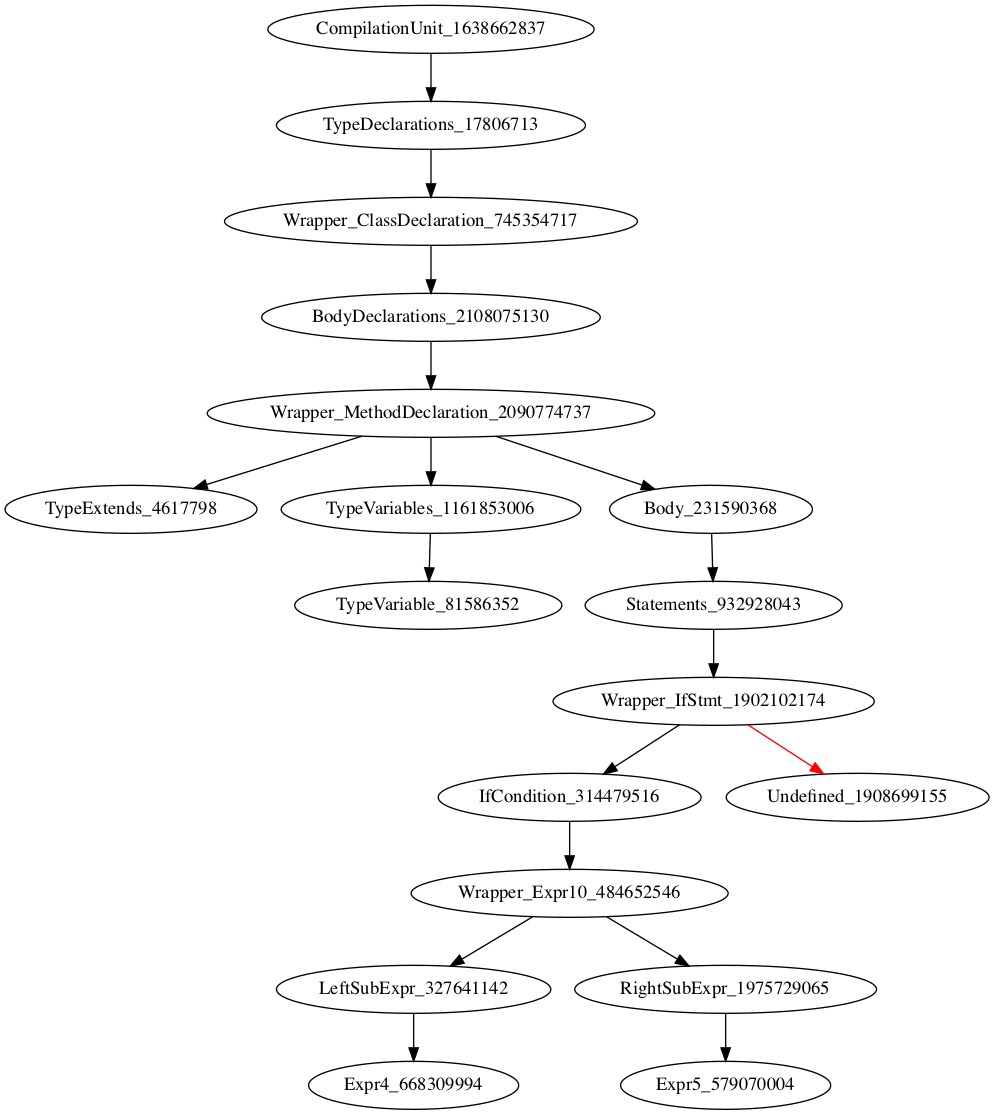
This is holeAST.png from icse2023material/VoiceJava, a Graphviz export, as it was before one commit. Its source is kept beside it as holeAST.dot.
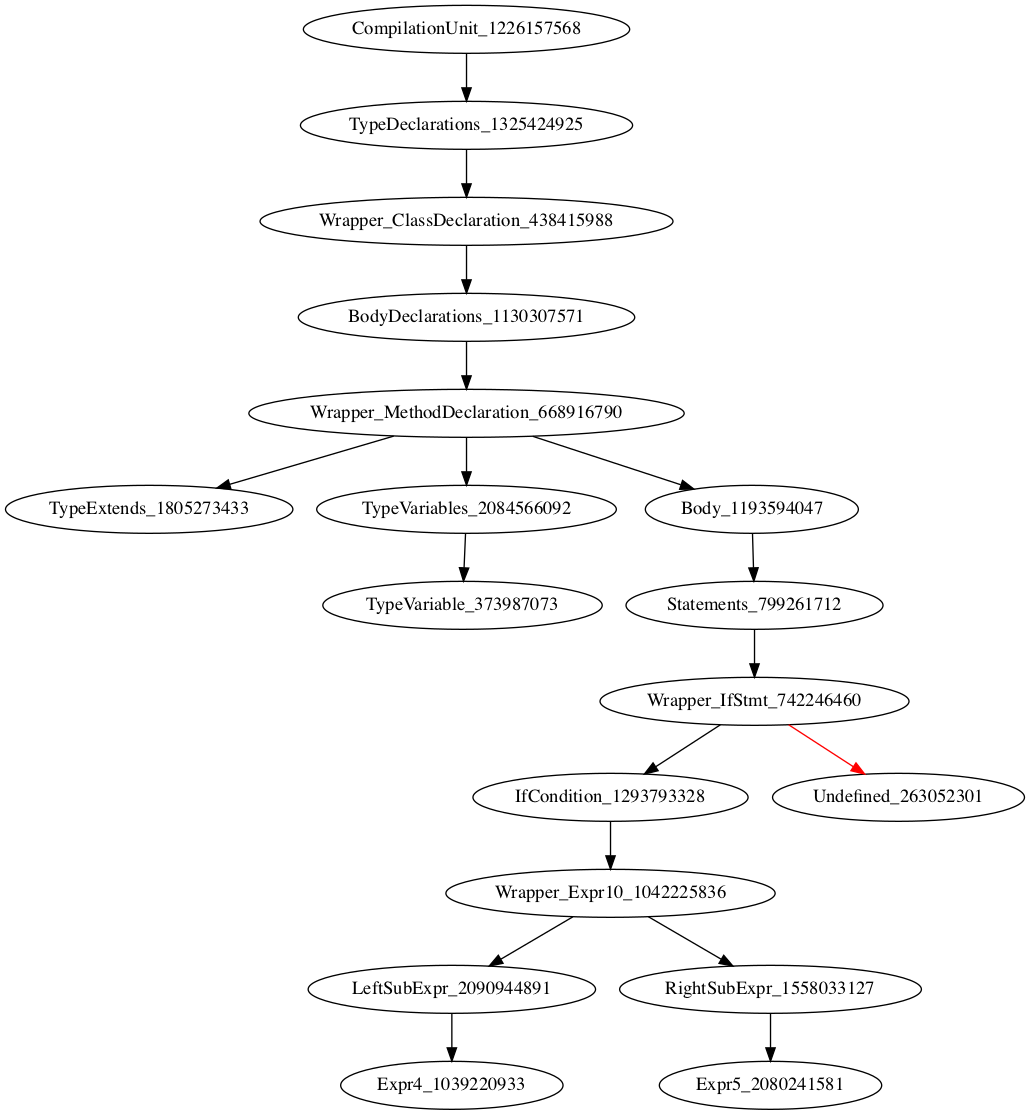
After the commit.

The edit, as a diff of the source:
```diff
@@ -1,19 +1,19 @@
 digraph {
-CompilationUnit_1638662837 -> TypeDeclarations_17806713
-TypeDeclarations_17806713 -> Wrapper_ClassDeclaration_745354717
-Wrapper_ClassDeclaration_745354717 -> BodyDeclarations_2108075130
-BodyDeclarations_2108075130 -> Wrapper_MethodDeclaration_2090774737
-Wrapper_MethodDeclaration_2090774737 -> TypeExtends_4617798
-Wrapper_MethodDeclaration_2090774737 -> TypeVariables_1161853006
-Wrapper_MethodDeclaration_2090774737 -> Body_231590368
-TypeVariables_1161853006 -> TypeVariable_81586352
-Body_231590368 -> Statements_932928043
-Statements_932928043 -> Wrapper_IfStmt_1902102174
-Wrapper_IfStmt_1902102174 -> IfCondition_314479516
-Wrapper_IfStmt_1902102174 -> Undefined_1908699155 [color = red]
-IfCondition_314479516 -> Wrapper_Expr10_484652546
-Wrapper_Expr10_484652546 -> LeftSubExpr_327641142
-Wrapper_Expr10_484652546 -> RightSubExpr_1975729065
-LeftSubExpr_327641142 -> Expr4_668309994
-RightSubExpr_1975729065 -> Expr5_579070004
+CompilationUnit_1226157568 -> TypeDeclarations_1325424925
+TypeDeclarations_1325424925 -> Wrapper_ClassDeclaration_438415988
+Wrapper_ClassDeclaration_438415988 -> BodyDeclarations_1130307571
+BodyDeclarations_1130307571 -> Wrapper_MethodDeclaration_668916790
+Wrapper_MethodDeclaration_668916790 -> TypeExtends_1805273433
+Wrapper_MethodDeclaration_668916790 -> TypeVariables_2084566092
+Wrapper_MethodDeclaration_668916790 -> Body_1193594047
+TypeVariables_2084566092 -> TypeVariable_373987073
+Body_1193594047 -> Statements_799261712
+Statements_799261712 -> Wrapper_IfStmt_742246460
+Wrapper_IfStmt_742246460 -> IfCondition_1293793328
+Wrapper_IfStmt_742246460 -> Undefined_263052301 [color = red]
+IfCondition_1293793328 -> Wrapper_Expr10_1042225836
+Wrapper_Expr10_1042225836 -> LeftSubExpr_2090944891
+Wrapper_Expr10_1042225836 -> RightSubExpr_1558033127
+LeftSubExpr_2090944891 -> Expr4_1039220933
+RightSubExpr_1558033127 -> Expr5_2080241581
 }
```
